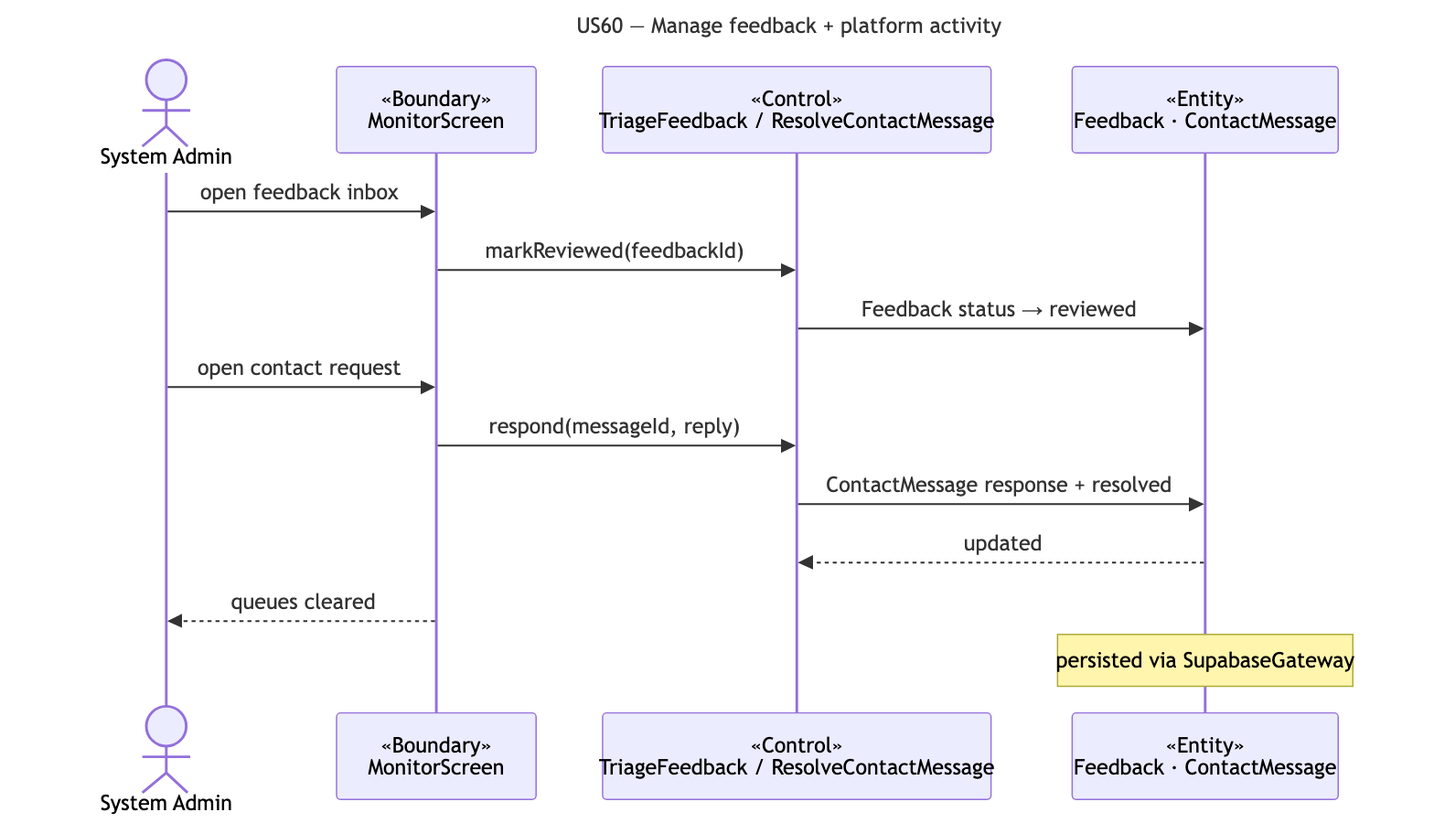
cyuanjun/FYP-26-S2-37-app keeps this Mermaid diagram as docs/deliverables/sequence-diagrams/US60-manage-feedback.png. Above is the earlier version. Its source is kept beside it as docs/deliverables/sequence-diagrams/src/US60-manage-feedback.mmd.
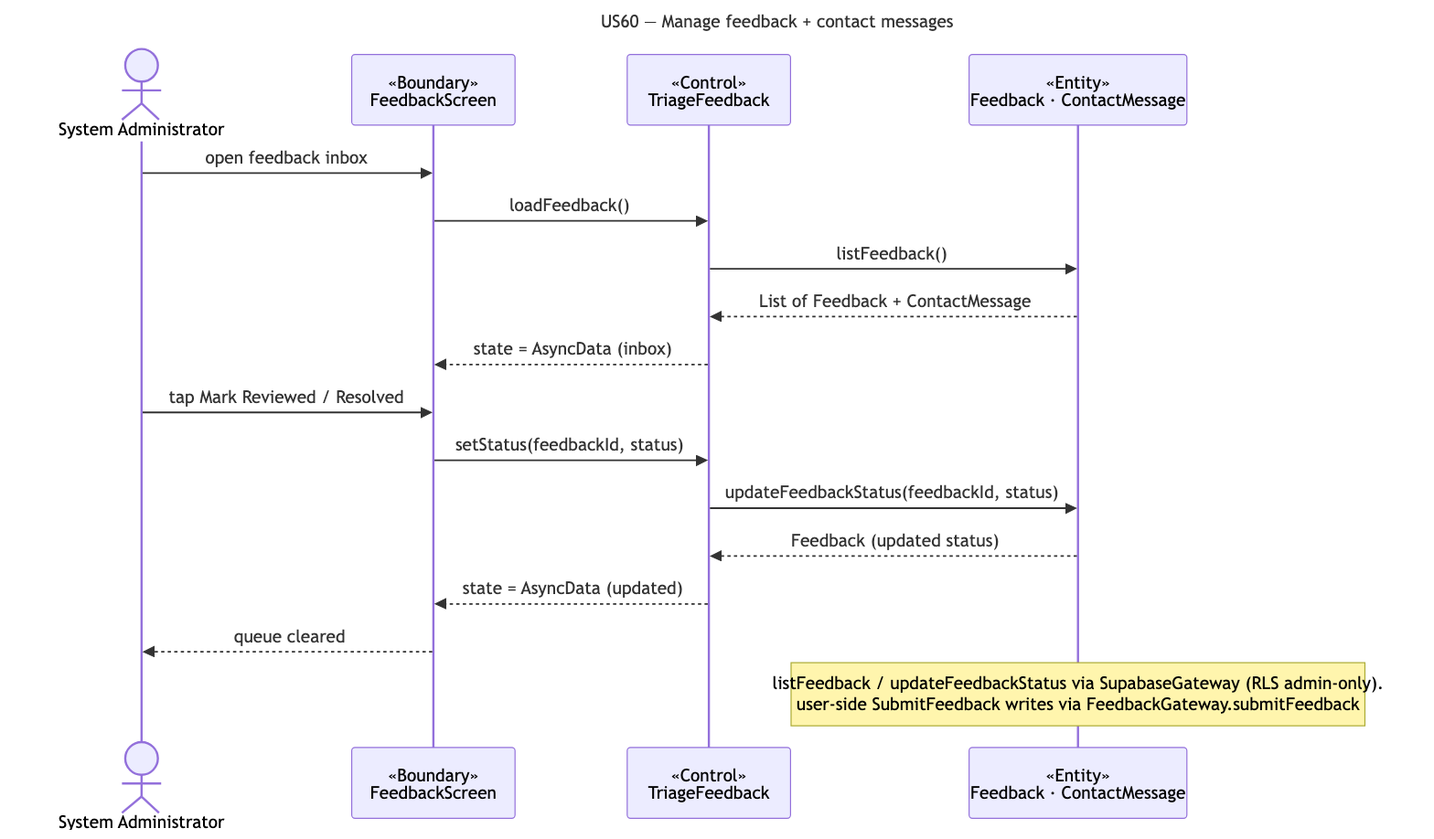
After the change.

Change to the diagram source:
```diff
@@ -1,17 +1,20 @@
 ---
-title: "US60 — Manage feedback + platform activity"
+title: "US60 — Manage feedback + contact messages"
 ---
 sequenceDiagram
-  actor A as System Admin
-  participant B as «Boundary»<br/>MonitorScreen
-  participant C as «Control»<br/>TriageFeedback / ResolveContactMessage
+  actor A as System Administrator
+  participant B as «Boundary»<br/>FeedbackScreen
+  participant C as «Control»<br/>TriageFeedback
   participant E as «Entity»<br/>Feedback · ContactMessage
   A->>B: open feedback inbox
-  B->>C: markReviewed(feedbackId)
-  C->>E: Feedback status → reviewed
-  A->>B: open contact request
-  B->>C: respond(messageId, reply)
-  C->>E: ContactMessage response + resolved
-  E-->>C: updated
-  B-->>A: queues cleared
-  note over E: persisted via SupabaseGateway
+  B->>C: loadFeedback()
+  C->>E: listFeedback()
+  E-->>C: List of Feedback + ContactMessage
+  C-->>B: state = AsyncData (inbox)
+  A->>B: tap Mark Reviewed / Resolved
+  B->>C: setStatus(feedbackId, status)
+  C->>E: updateFeedbackStatus(feedbackId, status)
+  E-->>C: Feedback (updated status)
+  C-->>B: state = AsyncData (updated)
+  B-->>A: queue cleared
+  note over E: listFeedback / updateFeedbackStatus via SupabaseGateway (RLS admin-only).<br/>user-side SubmitFeedback writes via FeedbackGateway.submitFeedback
```
